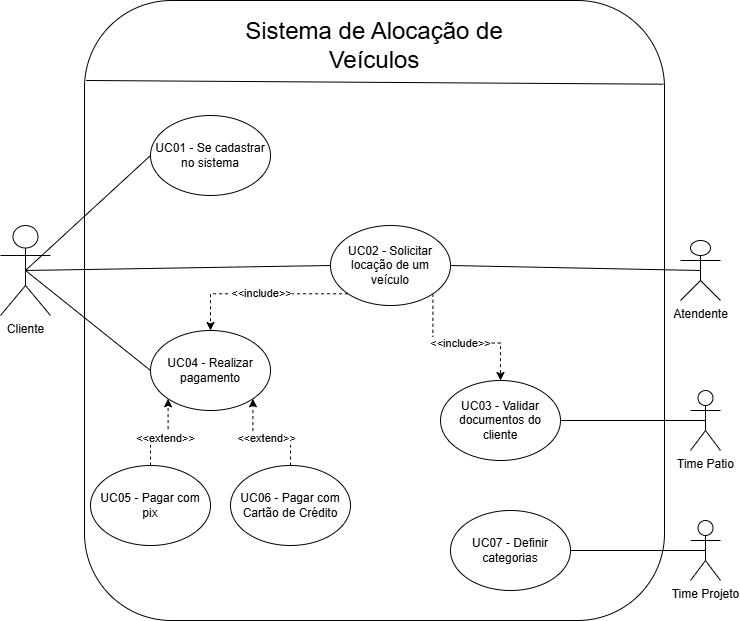
Above: Casos de uso.drawio.png in AngeloGabriel-dev/Locadora (draw.io), before the change. Source tidied: cells renumbered, new cells last; positions are measured from the earlier drawing's top-left corner, leaving out a move shared by most shapes.
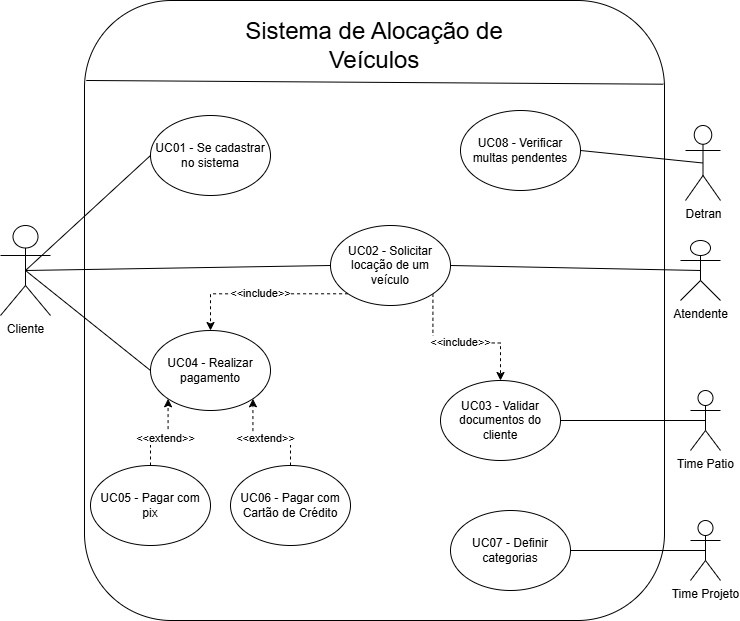
After the commit.

The edit, as a diff of the source:
```diff
@@ -74,5 +74,14 @@
     <mxCell id="25" style="endArrow=none;html=1;rounded=0;exitX=0.5;exitY=0.5;exitDx=0;exitDy=0;exitPerimeter=0;entryX=1;entryY=0.5;entryDx=0;entryDy=0;" parent="1" edge="1" source="23" target="24">
       <mxGeometry relative="1" as="geometry" />
     </mxCell>
+    <mxCell id="26" value="Detran" style="shape=umlActor;verticalLabelPosition=bottom;verticalAlign=top;html=1;outlineConnect=0;" parent="1" vertex="1">
+      <mxGeometry x="685" y="125" width="35" height="75" as="geometry" />
+    </mxCell>
+    <mxCell id="27" value="UC08 - Verificar multas pendentes" style="ellipse;whiteSpace=wrap;html=1;" parent="1" vertex="1">
+      <mxGeometry x="460" y="110" width="120" height="80" as="geometry" />
+    </mxCell>
+    <mxCell id="28" style="endArrow=none;html=1;rounded=0;exitX=1;exitY=0.5;exitDx=0;exitDy=0;entryX=0.5;entryY=0.5;entryDx=0;entryDy=0;entryPerimeter=0;" parent="1" edge="1" source="27" target="26">
+      <mxGeometry relative="1" as="geometry" />
+    </mxCell>
   </root>
 </mxGraphModel>
```
